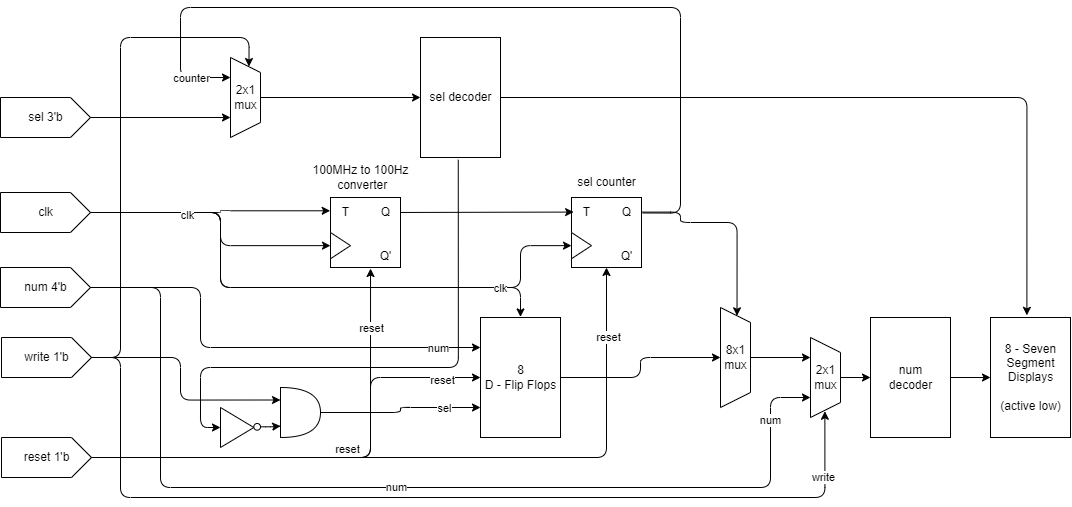
talhaticx/DSD_2023_EE_174 keeps this draw.io diagram as Lab-7/docs/circuit.png. Above is the earlier version. Source tidied: cells renumbered, new cells last; positions are measured from the earlier drawing's top-left corner, leaving out a move shared by most shapes.
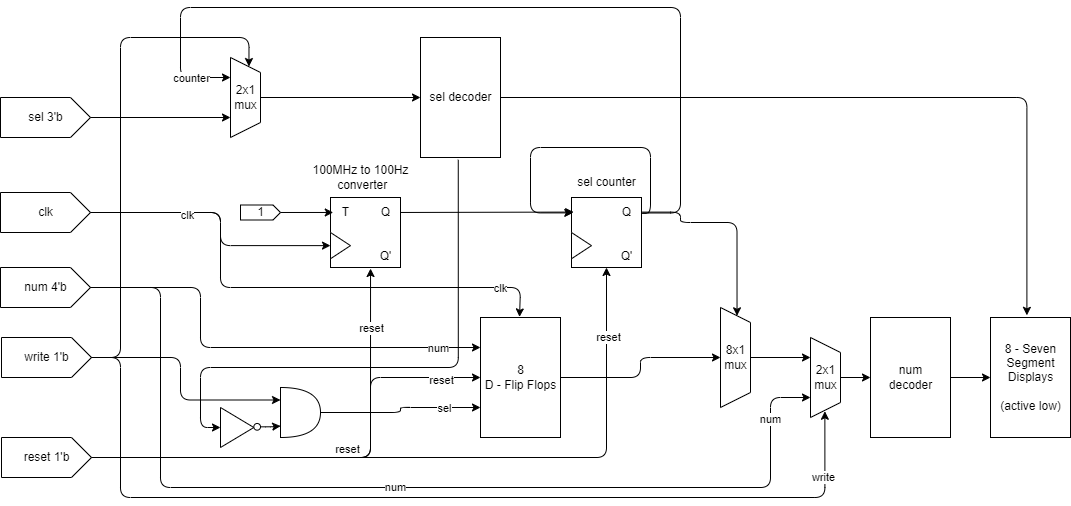
Later version of the same file.

Commit message:
Lab 7 Diagram corrected

Change to the diagram source:
```diff
@@ -14,14 +14,6 @@
     <mxCell id="5" value="write 1'b" style="externalPins=0;shadow=0;dashed=0;align=center;html=1;strokeWidth=1;shape=mxgraph.rtl.abstract.entity;kind=input;drawPins=0;left=0;right=1;bottom=0;top=0;" parent="1" vertex="1">
       <mxGeometry x="1" y="330" width="90" height="40" as="geometry" />
     </mxCell>
-    <mxCell id="6" style="edgeStyle=orthogonalEdgeStyle;html=1;exitX=0;exitY=0;exitDx=90;exitDy=20;exitPerimeter=0;entryX=-0.01;entryY=0.443;entryDx=0;entryDy=0;entryPerimeter=0;" parent="1" edge="1" source="9" target="48">
-      <mxGeometry relative="1" as="geometry">
-        <Array as="points">
-          <mxPoint x="220" y="205" />
-          <mxPoint x="220" y="203" />
-        </Array>
-      </mxGeometry>
-    </mxCell>
     <mxCell id="7" style="edgeStyle=orthogonalEdgeStyle;html=1;exitX=0;exitY=0;exitDx=90;exitDy=20;exitPerimeter=0;entryX=0;entryY=0.5;entryDx=0;entryDy=0;" parent="1" edge="1" source="9" target="47">
       <mxGeometry relative="1" as="geometry">
         <Array as="points">
@@ -30,16 +22,6 @@
         </Array>
       </mxGeometry>
     </mxCell>
-    <mxCell id="8" style="edgeStyle=orthogonalEdgeStyle;html=1;exitX=0;exitY=0;exitDx=90;exitDy=20;exitPerimeter=0;entryX=0;entryY=0.5;entryDx=0;entryDy=0;" parent="1" edge="1" source="9" target="38">
-      <mxGeometry relative="1" as="geometry">
-        <Array as="points">
-          <mxPoint x="220" y="205" />
-          <mxPoint x="220" y="280" />
-          <mxPoint x="520" y="280" />
-          <mxPoint x="520" y="238" />
-        </Array>
-      </mxGeometry>
-    </mxCell>
     <mxCell id="9" value="clk" style="externalPins=0;shadow=0;dashed=0;align=center;html=1;strokeWidth=1;shape=mxgraph.rtl.abstract.entity;kind=input;drawPins=0;left=0;right=1;bottom=0;top=0;" parent="1" vertex="1">
       <mxGeometry y="185" width="90" height="40" as="geometry" />
     </mxCell>
@@ -168,9 +150,17 @@
     <mxCell id="38" style="triangle;whiteSpace=wrap;html=1;" parent="36" vertex="1">
       <mxGeometry y="35" width="20" height="26.2" as="geometry" />
     </mxCell>
-    <mxCell id="39" value="T" style="text;html=1;align=center;verticalAlign=middle;points=[];strokeColor=none;fillColor=none;" parent="36" vertex="1">
-      <mxGeometry width="30" height="30" as="geometry" />
-    </mxCell>
+    <mxCell id="69" style="edgeStyle=orthogonalEdgeStyle;html=1;entryX=0.018;entryY=0.22;entryDx=0;entryDy=0;entryPerimeter=0;exitX=1.02;exitY=0.529;exitDx=0;exitDy=0;exitPerimeter=0;" parent="36" edge="1" source="40" target="37">
+      <mxGeometry relative="1" as="geometry">
+        <Array as="points">
+          <mxPoint x="79" y="16" />
+          <mxPoint x="79" y="-50" />
+          <mxPoint x="-41" y="-50" />
+          <mxPoint x="-41" y="15" />
+          <mxPoint x="1" y="15" />
+        </Array>
+      </mxGeometry>
+    </mxCell>
     <mxCell id="40" value="Q" style="text;html=1;align=center;verticalAlign=middle;points=[];strokeColor=none;fillColor=none;" parent="36" vertex="1">
       <mxGeometry x="40" width="30" height="30" as="geometry" />
     </mxCell>
@@ -180,8 +170,10 @@
     <mxCell id="42" value="sel counter" style="text;html=1;align=center;verticalAlign=middle;strokeColor=none;fillColor=none;" parent="36" vertex="1">
       <mxGeometry x="-5" y="-30" width="80" height="30" as="geometry" />
     </mxCell>
-    <mxCell id="43" style="edgeStyle=none;html=1;entryX=0.071;entryY=0.486;entryDx=0;entryDy=0;entryPerimeter=0;" parent="1" edge="1" source="49" target="39">
-      <mxGeometry relative="1" as="geometry" />
+    <mxCell id="43" style="edgeStyle=none;html=1;entryX=0.071;entryY=0.486;entryDx=0;entryDy=0;entryPerimeter=0;" parent="1" edge="1" source="49">
+      <mxGeometry relative="1" as="geometry">
+        <mxPoint x="573.1" y="204.6" as="targetPoint" />
+      </mxGeometry>
     </mxCell>
     <mxCell id="44" style="group;" parent="1" vertex="1">
       <mxGeometry x="300" y="150" width="120" height="110" as="geometry" />
@@ -304,5 +296,11 @@
     <mxCell id="68" value="write" style="edgeLabel;html=1;align=center;verticalAlign=middle;" parent="67" vertex="1">
       <mxGeometry x="0.86" y="2" relative="1" as="geometry" />
     </mxCell>
+    <mxCell id="70" value="1" style="externalPins=0;shadow=0;dashed=0;align=center;html=1;strokeWidth=1;shape=mxgraph.rtl.abstract.entity;kind=input;drawPins=0;left=0;right=1;bottom=0;top=0;" parent="1" vertex="1">
+      <mxGeometry x="240" y="197.5" width="40" height="15" as="geometry" />
+    </mxCell>
+    <mxCell id="71" style="edgeStyle=none;html=1;entryX=0.092;entryY=0.499;entryDx=0;entryDy=0;entryPerimeter=0;" parent="1" edge="1" source="70" target="48">
+      <mxGeometry relative="1" as="geometry" />
+    </mxCell>
   </root>
 </mxGraphModel>
```
